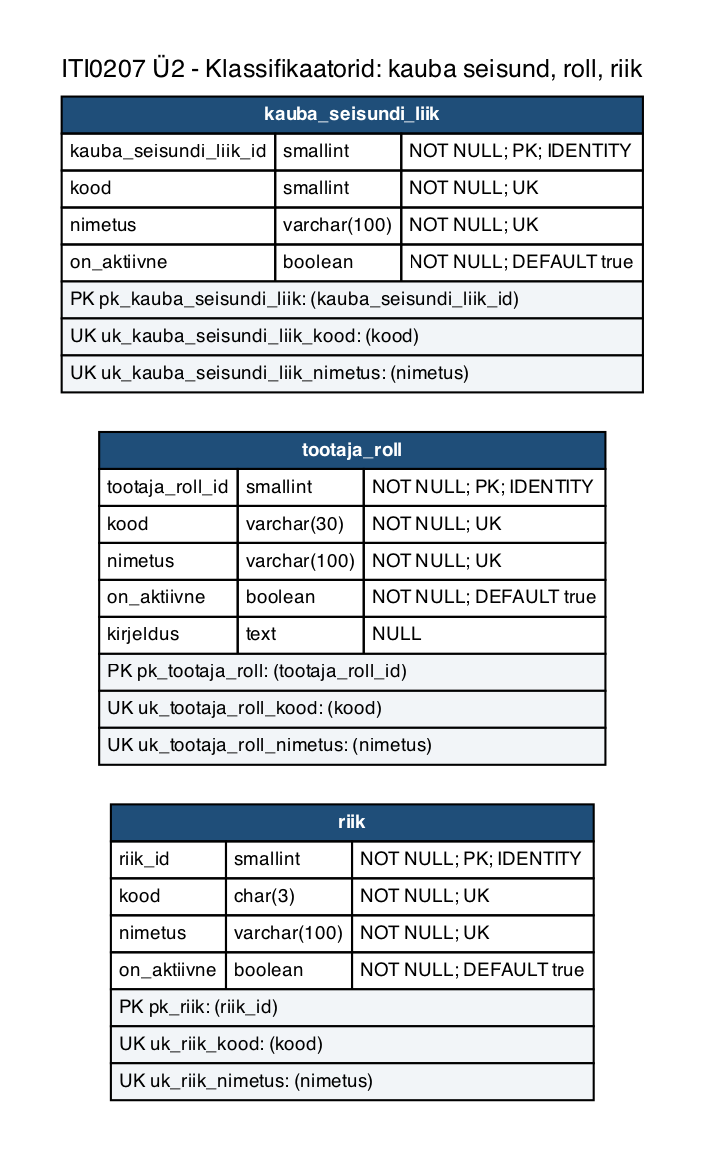
Earlier version of the Graphviz export iti0207-epood/docs/diagrams/u2-01b-klassifikaatorid-yldised.png (tamkivi/andmebaasid-projekt). Its source is kept beside it as iti0207-epood/docs/diagrams/u2-01b-klassifikaatorid-yldised.dot.
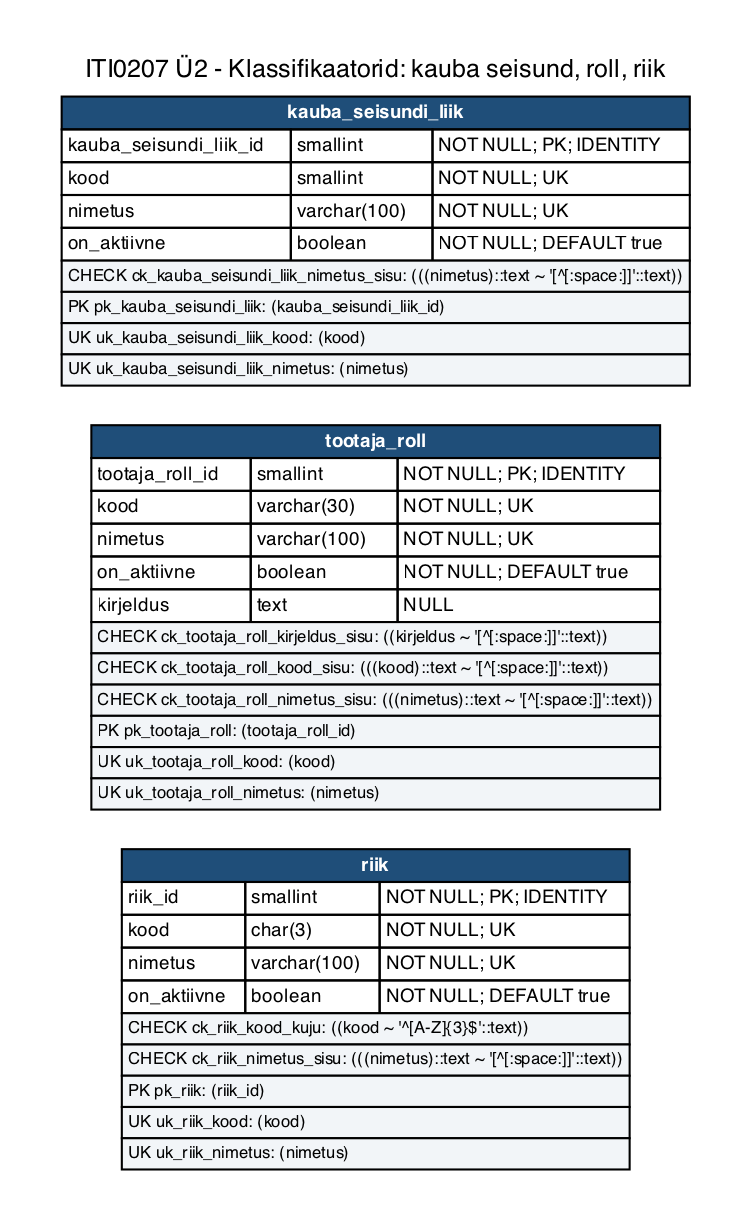
The same file after the commit.

Diff of the diagram source:
```diff
@@ -5,9 +5,9 @@
   edge [color="#667788", dir=none, fontsize=8, fontname=Helvetica];
   labelloc="t";
   label="ITI0207 Ü2 - Klassifikaatorid: kauba seisund, roll, riik";
-  "kauba_seisundi_liik" [label=<<TABLE BORDER="0" CELLBORDER="1" CELLSPACING="0" CELLPADDING="3"><TR><TD COLSPAN="3" BGCOLOR="#1f4e79"><FONT COLOR="white"><B>kauba_seisundi_liik</B></FONT></TD></TR><TR><TD ALIGN="LEFT">kauba_seisundi_liik_id</TD><TD ALIGN="LEFT">smallint</TD><TD ALIGN="LEFT">NOT NULL; PK; IDENTITY</TD></TR><TR><TD ALIGN="LEFT">kood</TD><TD ALIGN="LEFT">smallint</TD><TD ALIGN="LEFT">NOT NULL; UK</TD></TR><TR><TD ALIGN="LEFT">nimetus</TD><TD ALIGN="LEFT">varchar(100)</TD><TD ALIGN="LEFT">NOT NULL; UK</TD></TR><TR><TD ALIGN="LEFT">on_aktiivne</TD><TD ALIGN="LEFT">boolean</TD><TD ALIGN="LEFT">NOT NULL; DEFAULT true</TD></TR><TR><TD COLSPAN="3" ALIGN="LEFT" BGCOLOR="#f2f5f8"><FONT POINT-SIZE="9">PK pk_kauba_seisundi_liik: (kauba_seisundi_liik_id)</FONT></TD></TR><TR><TD COLSPAN="3" ALIGN="LEFT" BGCOLOR="#f2f5f8"><FONT POINT-SIZE="9">UK uk_kauba_seisundi_liik_kood: (kood)</FONT></TD></TR><TR><TD COLSPAN="3" ALIGN="LEFT" BGCOLOR="#f2f5f8"><FONT POINT-SIZE="9">UK uk_kauba_seisundi_liik_nimetus: (nimetus)</FONT></TD></TR></TABLE>>];
-  "tootaja_roll" [label=<<TABLE BORDER="0" CELLBORDER="1" CELLSPACING="0" CELLPADDING="3"><TR><TD COLSPAN="3" BGCOLOR="#1f4e79"><FONT COLOR="white"><B>tootaja_roll</B></FONT></TD></TR><TR><TD ALIGN="LEFT">tootaja_roll_id</TD><TD ALIGN="LEFT">smallint</TD><TD ALIGN="LEFT">NOT NULL; PK; IDENTITY</TD></TR><TR><TD ALIGN="LEFT">kood</TD><TD ALIGN="LEFT">varchar(30)</TD><TD ALIGN="LEFT">NOT NULL; UK</TD></TR><TR><TD ALIGN="LEFT">nimetus</TD><TD ALIGN="LEFT">varchar(100)</TD><TD ALIGN="LEFT">NOT NULL; UK</TD></TR><TR><TD ALIGN="LEFT">on_aktiivne</TD><TD ALIGN="LEFT">boolean</TD><TD ALIGN="LEFT">NOT NULL; DEFAULT true</TD></TR><TR><TD ALIGN="LEFT">kirjeldus</TD><TD ALIGN="LEFT">text</TD><TD ALIGN="LEFT">NULL</TD></TR><TR><TD COLSPAN="3" ALIGN="LEFT" BGCOLOR="#f2f5f8"><FONT POINT-SIZE="9">PK pk_tootaja_roll: (tootaja_roll_id)</FONT></TD></TR><TR><TD COLSPAN="3" ALIGN="LEFT" BGCOLOR="#f2f5f8"><FONT POINT-SIZE="9">UK uk_tootaja_roll_kood: (kood)</FONT></TD></TR><TR><TD COLSPAN="3" ALIGN="LEFT" BGCOLOR="#f2f5f8"><FONT POINT-SIZE="9">UK uk_tootaja_roll_nimetus: (nimetus)</FONT></TD></TR></TABLE>>];
-  "riik" [label=<<TABLE BORDER="0" CELLBORDER="1" CELLSPACING="0" CELLPADDING="3"><TR><TD COLSPAN="3" BGCOLOR="#1f4e79"><FONT COLOR="white"><B>riik</B></FONT></TD></TR><TR><TD ALIGN="LEFT">riik_id</TD><TD ALIGN="LEFT">smallint</TD><TD ALIGN="LEFT">NOT NULL; PK; IDENTITY</TD></TR><TR><TD ALIGN="LEFT">kood</TD><TD ALIGN="LEFT">char(3)</TD><TD ALIGN="LEFT">NOT NULL; UK</TD></TR><TR><TD ALIGN="LEFT">nimetus</TD><TD ALIGN="LEFT">varchar(100)</TD><TD ALIGN="LEFT">NOT NULL; UK</TD></TR><TR><TD ALIGN="LEFT">on_aktiivne</TD><TD ALIGN="LEFT">boolean</TD><TD ALIGN="LEFT">NOT NULL; DEFAULT true</TD></TR><TR><TD COLSPAN="3" ALIGN="LEFT" BGCOLOR="#f2f5f8"><FONT POINT-SIZE="9">PK pk_riik: (riik_id)</FONT></TD></TR><TR><TD COLSPAN="3" ALIGN="LEFT" BGCOLOR="#f2f5f8"><FONT POINT-SIZE="9">UK uk_riik_kood: (kood)</FONT></TD></TR><TR><TD COLSPAN="3" ALIGN="LEFT" BGCOLOR="#f2f5f8"><FONT POINT-SIZE="9">UK uk_riik_nimetus: (nimetus)</FONT></TD></TR></TABLE>>];
+  "kauba_seisundi_liik" [label=<<TABLE BORDER="0" CELLBORDER="1" CELLSPACING="0" CELLPADDING="2"><TR><TD COLSPAN="3" BGCOLOR="#1f4e79"><FONT COLOR="white"><B>kauba_seisundi_liik</B></FONT></TD></TR><TR><TD ALIGN="LEFT">kauba_seisundi_liik_id</TD><TD ALIGN="LEFT">smallint</TD><TD ALIGN="LEFT">NOT NULL; PK; IDENTITY</TD></TR><TR><TD ALIGN="LEFT">kood</TD><TD ALIGN="LEFT">smallint</TD><TD ALIGN="LEFT">NOT NULL; UK</TD></TR><TR><TD ALIGN="LEFT">nimetus</TD><TD ALIGN="LEFT">varchar(100)</TD><TD ALIGN="LEFT">NOT NULL; UK</TD></TR><TR><TD ALIGN="LEFT">on_aktiivne</TD><TD ALIGN="LEFT">boolean</TD><TD ALIGN="LEFT">NOT NULL; DEFAULT true</TD></TR><TR><TD COLSPAN="3" ALIGN="LEFT" BGCOLOR="#f2f5f8"><FONT POINT-SIZE="8">CHECK ck_kauba_seisundi_liik_nimetus_sisu: (((nimetus)::text ~ &#x27;[^[:space:]]&#x27;::text))</FONT></TD></TR><TR><TD COLSPAN="3" ALIGN="LEFT" BGCOLOR="#f2f5f8"><FONT POINT-SIZE="8">PK pk_kauba_seisundi_liik: (kauba_seisundi_liik_id)</FONT></TD></TR><TR><TD COLSPAN="3" ALIGN="LEFT" BGCOLOR="#f2f5f8"><FONT POINT-SIZE="8">UK uk_kauba_seisundi_liik_kood: (kood)</FONT></TD></TR><TR><TD COLSPAN="3" ALIGN="LEFT" BGCOLOR="#f2f5f8"><FONT POINT-SIZE="8">UK uk_kauba_seisundi_liik_nimetus: (nimetus)</FONT></TD></TR></TABLE>>];
+  "tootaja_roll" [label=<<TABLE BORDER="0" CELLBORDER="1" CELLSPACING="0" CELLPADDING="2"><TR><TD COLSPAN="3" BGCOLOR="#1f4e79"><FONT COLOR="white"><B>tootaja_roll</B></FONT></TD></TR><TR><TD ALIGN="LEFT">tootaja_roll_id</TD><TD ALIGN="LEFT">smallint</TD><TD ALIGN="LEFT">NOT NULL; PK; IDENTITY</TD></TR><TR><TD ALIGN="LEFT">kood</TD><TD ALIGN="LEFT">varchar(30)</TD><TD ALIGN="LEFT">NOT NULL; UK</TD></TR><TR><TD ALIGN="LEFT">nimetus</TD><TD ALIGN="LEFT">varchar(100)</TD><TD ALIGN="LEFT">NOT NULL; UK</TD></TR><TR><TD ALIGN="LEFT">on_aktiivne</TD><TD ALIGN="LEFT">boolean</TD><TD ALIGN="LEFT">NOT NULL; DEFAULT true</TD></TR><TR><TD ALIGN="LEFT">kirjeldus</TD><TD ALIGN="LEFT">text</TD><TD ALIGN="LEFT">NULL</TD></TR><TR><TD COLSPAN="3" ALIGN="LEFT" BGCOLOR="#f2f5f8"><FONT POINT-SIZE="8">CHECK ck_tootaja_roll_kirjeldus_sisu: ((kirjeldus ~ &#x27;[^[:space:]]&#x27;::text))</FONT></TD></TR><TR><TD COLSPAN="3" ALIGN="LEFT" BGCOLOR="#f2f5f8"><FONT POINT-SIZE="8">CHECK ck_tootaja_roll_kood_sisu: (((kood)::text ~ &#x27;[^[:space:]]&#x27;::text))</FONT></TD></TR><TR><TD COLSPAN="3" ALIGN="LEFT" BGCOLOR="#f2f5f8"><FONT POINT-SIZE="8">CHECK ck_tootaja_roll_nimetus_sisu: (((nimetus)::text ~ &#x27;[^[:space:]]&#x27;::text))</FONT></TD></TR><TR><TD COLSPAN="3" ALIGN="LEFT" BGCOLOR="#f2f5f8"><FONT POINT-SIZE="8">PK pk_tootaja_roll: (tootaja_roll_id)</FONT></TD></TR><TR><TD COLSPAN="3" ALIGN="LEFT" BGCOLOR="#f2f5f8"><FONT POINT-SIZE="8">UK uk_tootaja_roll_kood: (kood)</FONT></TD></TR><TR><TD COLSPAN="3" ALIGN="LEFT" BGCOLOR="#f2f5f8"><FONT POINT-SIZE="8">UK uk_tootaja_roll_nimetus: (nimetus)</FONT></TD></TR></TABLE>>];
+  "riik" [label=<<TABLE BORDER="0" CELLBORDER="1" CELLSPACING="0" CELLPADDING="2"><TR><TD COLSPAN="3" BGCOLOR="#1f4e79"><FONT COLOR="white"><B>riik</B></FONT></TD></TR><TR><TD ALIGN="LEFT">riik_id</TD><TD ALIGN="LEFT">smallint</TD><TD ALIGN="LEFT">NOT NULL; PK; IDENTITY</TD></TR><TR><TD ALIGN="LEFT">kood</TD><TD ALIGN="LEFT">char(3)</TD><TD ALIGN="LEFT">NOT NULL; UK</TD></TR><TR><TD ALIGN="LEFT">nimetus</TD><TD ALIGN="LEFT">varchar(100)</TD><TD ALIGN="LEFT">NOT NULL; UK</TD></TR><TR><TD ALIGN="LEFT">on_aktiivne</TD><TD ALIGN="LEFT">boolean</TD><TD ALIGN="LEFT">NOT NULL; DEFAULT true</TD></TR><TR><TD COLSPAN="3" ALIGN="LEFT" BGCOLOR="#f2f5f8"><FONT POINT-SIZE="8">CHECK ck_riik_kood_kuju: ((kood ~ &#x27;^[A-Z]{3}$&#x27;::text))</FONT></TD></TR><TR><TD COLSPAN="3" ALIGN="LEFT" BGCOLOR="#f2f5f8"><FONT POINT-SIZE="8">CHECK ck_riik_nimetus_sisu: (((nimetus)::text ~ &#x27;[^[:space:]]&#x27;::text))</FONT></TD></TR><TR><TD COLSPAN="3" ALIGN="LEFT" BGCOLOR="#f2f5f8"><FONT POINT-SIZE="8">PK pk_riik: (riik_id)</FONT></TD></TR><TR><TD COLSPAN="3" ALIGN="LEFT" BGCOLOR="#f2f5f8"><FONT POINT-SIZE="8">UK uk_riik_kood: (kood)</FONT></TD></TR><TR><TD COLSPAN="3" ALIGN="LEFT" BGCOLOR="#f2f5f8"><FONT POINT-SIZE="8">UK uk_riik_nimetus: (nimetus)</FONT></TD></TR></TABLE>>];
   "kauba_seisundi_liik" -> "tootaja_roll" [style=invis, weight=100];
   "tootaja_roll" -> "riik" [style=invis, weight=100];
 }
```
